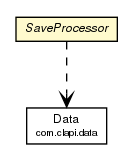
ericpinet/ConnectLife keeps this Graphviz diagram as javadoc/coreserver/com/connectlife/coreserver/environment/SaveProcessor.png. Above is the earlier version. Its source is kept beside it as javadoc/coreserver/com/connectlife/coreserver/environment/SaveProcessor.dot.
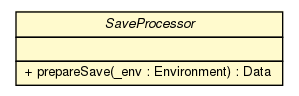
The same file after the commit.

The edit, as a diff of the source:
```diff
@@ -4,16 +4,15 @@
 	node [fontname="Helvetica",fontsize=10,shape=plaintext];
 	nodesep=0.25;
 	ranksep=0.5;
-	c1257 [label=<<table title="com.connectlife.coreserver.environment.SaveProcessor" border="0" cellborder="1" cellspacing="0" cellpadding="2" port="p" bgcolor="lemonChiffon" href="./SaveProcessor.html">
+	c1137 [label=<<table title="com.connectlife.coreserver.environment.SaveProcessor" border="0" cellborder="1" cellspacing="0" cellpadding="2" port="p" bgcolor="lemonChiffon" href="./SaveProcessor.html">
 		<tr><td><table border="0" cellspacing="0" cellpadding="1">
 <tr><td align="center" balign="center"><font face="Helvetica-Oblique"> SaveProcessor </font></td></tr>
 		</table></td></tr>
-		</table>>, fontname="Helvetica", fontcolor="black", fontsize=9.0];
-	c1257:p -> c1283:p [taillabel="", label="", headlabel="", fontname="Helvetica", fontcolor="black", fontsize=10.0, color="black", arrowhead=open, style=dashed];
-	c1283 [label=<<table title="com.clapi.data.Data" border="0" cellborder="1" cellspacing="0" cellpadding="2" port="p" href="http://java.sun.com/j2se/1.4.2/docs/api/com/clapi/data/Data.html">
 		<tr><td><table border="0" cellspacing="0" cellpadding="1">
-<tr><td align="center" balign="center"> Data </td></tr>
-<tr><td align="center" balign="center"><font point-size="7.0"> com.clapi.data </font></td></tr>
+<tr><td align="left" balign="left">  </td></tr>
 		</table></td></tr>
-		</table>>, fontname="Helvetica", fontcolor="black", fontsize=9.0];
+		<tr><td><table border="0" cellspacing="0" cellpadding="1">
+<tr><td align="left" balign="left"> + prepareSave(_env : Environment) : Data </td></tr>
+		</table></td></tr>
+		</table>>, fontname="Helvetica", fontcolor="black", fontsize=10.0];
 }
```
